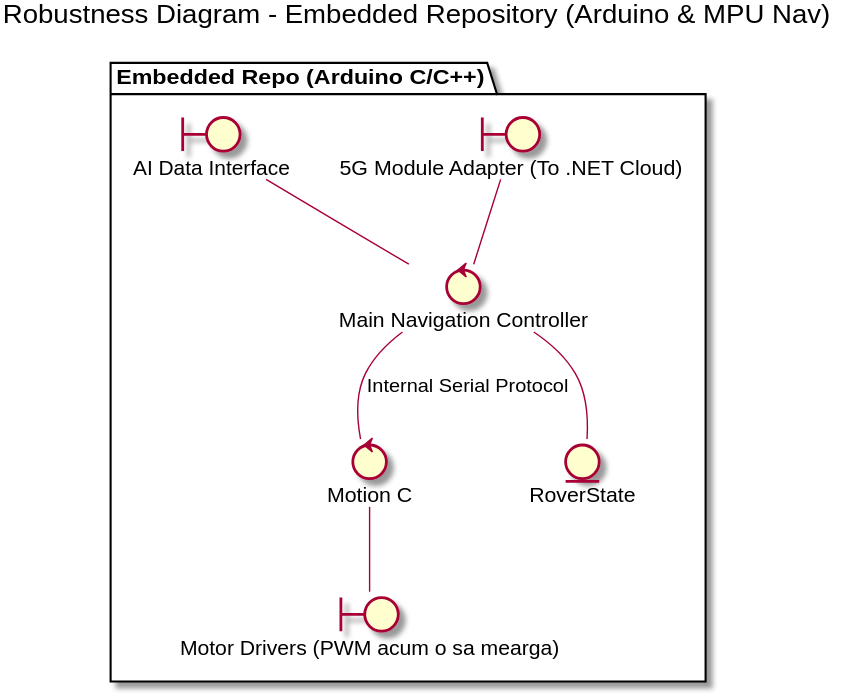
Earlier version of the PlantUML export docs/architecture/img/embedded_bce.svg (NOKIA-5G-SOS-Rover/Integrator).
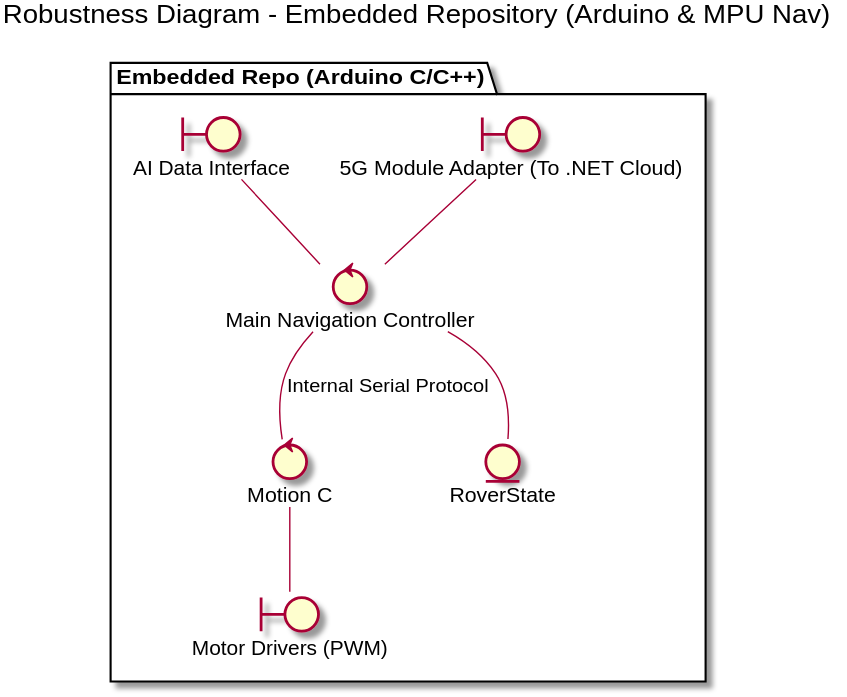
After the commit.

Commit message:
chore: auto-generate SVG diagrams [skip ci]

Diff of the diagram source:
```diff
@@ -6,7 +6,7 @@
 
 package "Embedded Repo (Arduino C/C++)" {
     boundary "5G Module Adapter (To .NET Cloud)" as 5GBnd
-    boundary "Motor Drivers (PWM acum o sa mearga)" as MotorBnd
+    boundary "Motor Drivers (PWM)" as MotorBnd
     boundary "AI Data Interface" as AIBnd
 
     control "Main Navigation Controller" as NavCtrl
```
